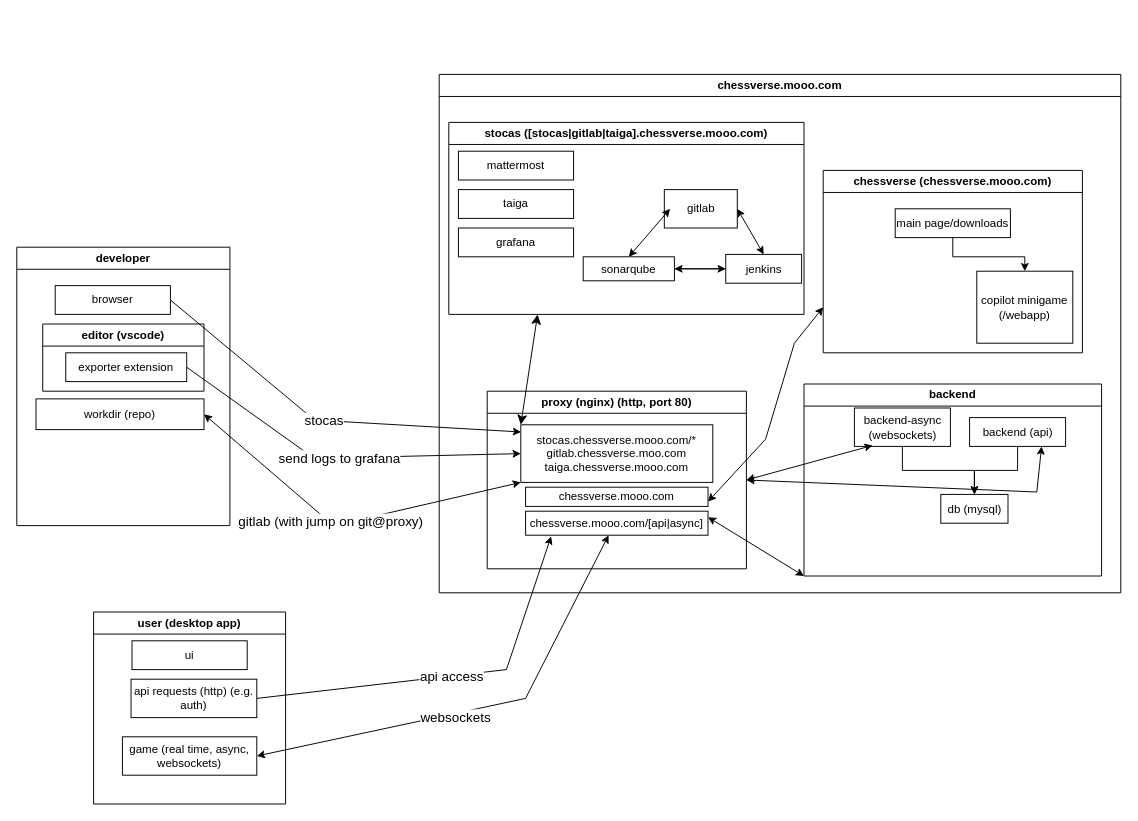
papum20/unibo__projects__ChessVerse keeps this draw.io diagram as doc/infrastructure.drawio. Above is the earlier version. Source tidied: cells renumbered, new cells numbered last; positions are measured from the earlier drawing's top-left corner, leaving out a move shared by most shapes. Both pictures are drawn from the tidied source at 96%, with x=0, y=0 at pixel (16, 74).
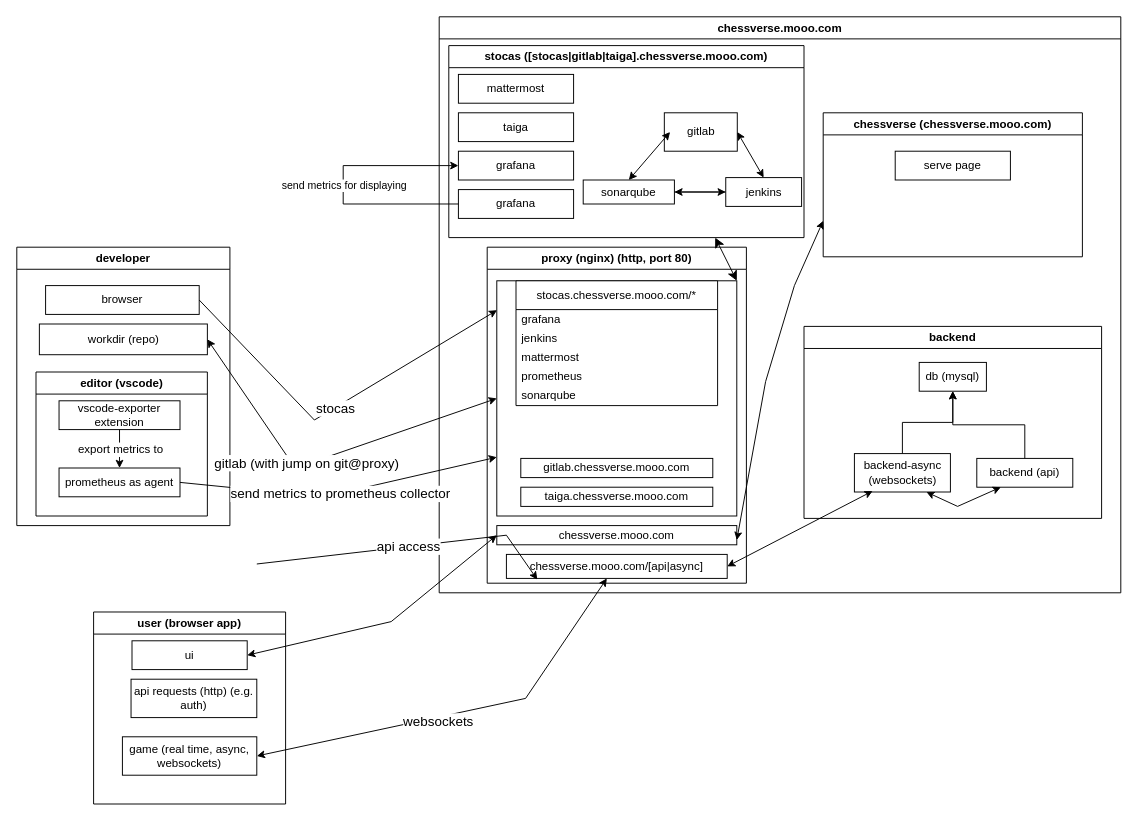
Above is the later version.

The change refers to these unchanged cells:
```xml
<mxCell id="17" value="grafana" style="rounded=0;whiteSpace=wrap;html=1;" parent="7" vertex="1">
  <mxGeometry x="10" y="110" width="120" height="30" as="geometry" />
</mxCell>
<mxCell id="22" value="backend" style="swimlane;whiteSpace=wrap;html=1;" parent="2" vertex="1">
  <mxGeometry x="380" y="322.5" width="310" height="200" as="geometry" />
</mxCell>
<mxCell id="33" value="developer" style="swimlane;whiteSpace=wrap;html=1;" parent="1" vertex="1">
  <mxGeometry y="180" width="222" height="290" as="geometry" />
</mxCell>
<mxCell id="45" value="ui" style="rounded=0;whiteSpace=wrap;html=1;" parent="44" vertex="1">
  <mxGeometry x="40" y="30" width="120" height="30" as="geometry" />
</mxCell>
<mxCell id="46" value="api requests (http) (e.g. auth)" style="rounded=0;whiteSpace=wrap;html=1;" parent="44" vertex="1">
  <mxGeometry x="39" y="70" width="131" height="40" as="geometry" />
</mxCell>
```

Change to the diagram source:
```diff
@@
     <mxCell id="2" value="chessverse.mooo.com" style="swimlane;whiteSpace=wrap;html=1;" parent="1" vertex="1">
-      <mxGeometry x="440" width="710" height="540" as="geometry" />
+      <mxGeometry x="440" y="-60" width="710" height="600" as="geometry" />
     </mxCell>
     <mxCell id="3" value="proxy (nginx) (http, port 80)" style="swimlane;whiteSpace=wrap;html=1;" parent="2" vertex="1">
-      <mxGeometry x="50" y="330" width="270" height="185" as="geometry" />
+      <mxGeometry x="50" y="240" width="270" height="350" as="geometry" />
     </mxCell>
-    <mxCell id="4" value="stocas.chessverse.mooo.com/*&lt;br style=&quot;border-color: var(--border-color);&quot;&gt;gitlab.chessverse.moo.com&lt;br style=&quot;border-color: var(--border-color);&quot;&gt;taiga.chessverse.mooo.com" style="rounded=0;whiteSpace=wrap;html=1;" parent="3" vertex="1">
-      <mxGeometry x="35" y="35" width="200" height="60" as="geometry" />
+    <mxCell id="4" style="rounded=0;whiteSpace=wrap;html=1;" parent="3" vertex="1">
+      <mxGeometry x="10" y="35" width="250" height="245" as="geometry" />
     </mxCell>
     <mxCell id="5" value="chessverse.mooo.com" style="rounded=0;whiteSpace=wrap;html=1;" parent="3" vertex="1">
-      <mxGeometry x="40" y="100" width="190" height="20" as="geometry" />
+      <mxGeometry x="10" y="290" width="250" height="20" as="geometry" />
     </mxCell>
     <mxCell id="6" value="chessverse.mooo.com/[api|async]" style="rounded=0;whiteSpace=wrap;html=1;" parent="3" vertex="1">
-      <mxGeometry x="40" y="125" width="190" height="25" as="geometry" />
+      <mxGeometry x="20" y="320" width="230" height="25" as="geometry" />
     </mxCell>
+    <mxCell id="48" style="endArrow=classic;html=1;rounded=0;exitX=1;exitY=0.5;exitDx=0;exitDy=0;entryX=0.14;entryY=1.05;entryDx=0;entryDy=0;entryPerimeter=0;" parent="3" edge="1" target="6">
+      <mxGeometry relative="1" as="geometry">
+        <mxPoint x="-240" y="330" as="sourcePoint" />
+        <Array as="points">
+          <mxPoint x="20" y="300" />
+        </Array>
+      </mxGeometry>
+    </mxCell>
+    <mxCell id="49" value="&lt;font style=&quot;font-size: 14px;&quot;&gt;api access&lt;/font&gt;" style="edgeLabel;html=1;align=center;verticalAlign=middle;" parent="48" vertex="1">
+      <mxGeometry relative="1" as="geometry" />
+    </mxCell>
+    <mxCell id="52" value="taiga.chessverse.mooo.com" style="rounded=0;whiteSpace=wrap;html=1;" parent="3" vertex="1">
+      <mxGeometry x="35" y="250" width="200" height="20" as="geometry" />
+    </mxCell>
+    <mxCell id="53" value="gitlab.chessverse.mooo.com" style="rounded=0;whiteSpace=wrap;html=1;" parent="3" vertex="1">
+      <mxGeometry x="35" y="220" width="200" height="20" as="geometry" />
+    </mxCell>
+    <mxCell id="54" value="stocas.chessverse.mooo.com/*" style="swimlane;fontStyle=0;horizontal=1;startSize=30;whiteSpace=wrap;html=1;" parent="3" vertex="1">
+      <mxGeometry x="30" y="35" width="210" height="130" as="geometry" />
+    </mxCell>
+    <mxCell id="55" value="grafana" style="text;strokeColor=none;fillColor=none;align=left;verticalAlign=middle;spacingLeft=4;spacingRight=4;overflow=hidden;whiteSpace=wrap;html=1;" parent="54" vertex="1">
+      <mxGeometry y="30" width="210" height="20" as="geometry" />
+    </mxCell>
+    <mxCell id="56" value="jenkins" style="text;strokeColor=none;fillColor=none;align=left;verticalAlign=middle;spacingLeft=4;spacingRight=4;overflow=hidden;whiteSpace=wrap;html=1;" parent="54" vertex="1">
+      <mxGeometry y="50" width="210" height="20" as="geometry" />
+    </mxCell>
+    <mxCell id="57" value="mattermost" style="text;strokeColor=none;fillColor=none;align=left;verticalAlign=middle;spacingLeft=4;spacingRight=4;overflow=hidden;whiteSpace=wrap;html=1;" parent="54" vertex="1">
+      <mxGeometry y="70" width="210" height="20" as="geometry" />
+    </mxCell>
+    <mxCell id="58" value="prometheus" style="text;strokeColor=none;fillColor=none;align=left;verticalAlign=middle;spacingLeft=4;spacingRight=4;overflow=hidden;whiteSpace=wrap;html=1;" parent="54" vertex="1">
+      <mxGeometry y="90" width="210" height="20" as="geometry" />
+    </mxCell>
+    <mxCell id="59" value="sonarqube" style="text;strokeColor=none;fillColor=none;align=left;verticalAlign=middle;spacingLeft=4;spacingRight=4;overflow=hidden;whiteSpace=wrap;html=1;" parent="54" vertex="1">
+      <mxGeometry y="110" width="210" height="20" as="geometry" />
+    </mxCell>
     <mxCell id="7" value="stocas ([stocas|gitlab|taiga].chessverse.mooo.com)" style="swimlane;whiteSpace=wrap;html=1;" parent="2" vertex="1">
-      <mxGeometry x="10" y="50" width="370" height="200" as="geometry" />
+      <mxGeometry x="10" y="30" width="370" height="200" as="geometry" />
     </mxCell>
@@
+    <mxCell id="60" value="grafana" style="rounded=0;whiteSpace=wrap;html=1;" parent="7" vertex="1">
+      <mxGeometry x="10" y="150" width="120" height="30" as="geometry" />
+    </mxCell>
+    <mxCell id="61" style="endArrow=classic;html=1;rounded=0;exitX=0;exitY=0.5;exitDx=0;exitDy=0;entryX=0;entryY=0.5;entryDx=0;entryDy=0;" parent="7" edge="1" source="60" target="17">
+      <mxGeometry relative="1" as="geometry">
+        <Array as="points">
+          <mxPoint x="-110" y="165" />
+          <mxPoint x="-110" y="125" />
+        </Array>
+      </mxGeometry>
+    </mxCell>
+    <mxCell id="62" value="send metrics for displaying" style="edgeLabel;html=1;align=center;verticalAlign=middle;" parent="61" vertex="1">
+      <mxGeometry relative="1" as="geometry" />
+    </mxCell>
     <mxCell id="18" value="chessverse (chessverse.mooo.com)" style="swimlane;whiteSpace=wrap;html=1;startSize=23;" parent="2" vertex="1">
-      <mxGeometry x="400" y="100" width="270" height="190" as="geometry" />
+      <mxGeometry x="400" y="100" width="270" height="150" as="geometry" />
     </mxCell>
-    <mxCell id="19" style="edgeStyle=orthogonalEdgeStyle;rounded=0;jettySize=auto;html=1;entryX=0.5;entryY=0;entryDx=0;entryDy=0;" parent="18" edge="1" source="20" target="21">
-      <mxGeometry relative="1" as="geometry" />
-    </mxCell>
-    <mxCell id="20" value="main page/downloads" style="rounded=0;whiteSpace=wrap;html=1;" parent="18" vertex="1">
+    <mxCell id="20" value="serve page" style="rounded=0;whiteSpace=wrap;html=1;" parent="18" vertex="1">
       <mxGeometry x="75" y="40" width="120" height="30" as="geometry" />
     </mxCell>
-    <mxCell id="21" value="copilot minigame (/webapp)" style="rounded=0;whiteSpace=wrap;html=1;" parent="18" vertex="1">
-      <mxGeometry x="160" y="105" width="100" height="75" as="geometry" />
-    </mxCell>
@@
-    <mxCell id="23" value="backend-async (websockets)" style="rounded=0;whiteSpace=wrap;html=1;" parent="22" vertex="1">
-      <mxGeometry x="52.5" y="25" width="100" height="40" as="geometry" />
-    </mxCell>
     <mxCell id="24" value="backend (api)" style="rounded=0;whiteSpace=wrap;html=1;" parent="22" vertex="1">
-      <mxGeometry x="172.5" y="35" width="100" height="30" as="geometry" />
+      <mxGeometry x="180" y="137.5" width="100" height="30" as="geometry" />
     </mxCell>
     <mxCell id="25" value="db (mysql)" style="rounded=0;whiteSpace=wrap;html=1;" parent="22" vertex="1">
-      <mxGeometry x="142.5" y="115" width="70" height="30" as="geometry" />
+      <mxGeometry x="120" y="37.5" width="70" height="30" as="geometry" />
     </mxCell>
-    <mxCell id="26" style="edgeStyle=orthogonalEdgeStyle;rounded=0;jettySize=auto;html=1;entryX=0.5;entryY=0;entryDx=0;entryDy=0;" parent="22" edge="1" source="23" target="25">
+    <mxCell id="26" style="edgeStyle=orthogonalEdgeStyle;rounded=0;jettySize=auto;html=1;entryX=0.5;entryY=1;entryDx=0;entryDy=0;" parent="22" edge="1" source="23" target="25">
       <mxGeometry relative="1" as="geometry" />
     </mxCell>
-    <mxCell id="27" style="edgeStyle=orthogonalEdgeStyle;rounded=0;jettySize=auto;html=1;entryX=0.5;entryY=0;entryDx=0;entryDy=0;" parent="22" edge="1" source="24" target="25">
+    <mxCell id="27" style="edgeStyle=orthogonalEdgeStyle;rounded=0;jettySize=auto;html=1;entryX=0.5;entryY=1;entryDx=0;entryDy=0;" parent="22" edge="1" source="24" target="25">
       <mxGeometry relative="1" as="geometry" />
     </mxCell>
-    <mxCell id="28" style="endArrow=classic;startArrow=classic;html=1;rounded=0;entryX=0.75;entryY=1;entryDx=0;entryDy=0;exitX=1;exitY=0.5;exitDx=0;exitDy=0;" parent="2" edge="1" source="3" target="24">
+    <mxCell id="28" style="endArrow=classic;startArrow=classic;html=1;rounded=0;entryX=0.25;entryY=1;entryDx=0;entryDy=0;exitX=0.75;exitY=1;exitDx=0;exitDy=0;" parent="22" edge="1" source="23" target="24">
       <mxGeometry relative="1" as="geometry">
         <Array as="points">
-          <mxPoint x="622.5" y="435" />
+          <mxPoint x="160" y="187.5" />
         </Array>
       </mxGeometry>
     </mxCell>
+    <mxCell id="23" value="backend-async (websockets)" style="rounded=0;whiteSpace=wrap;html=1;" parent="22" vertex="1">
+      <mxGeometry x="52.5" y="132.5" width="100" height="40" as="geometry" />
+    </mxCell>
-    <mxCell id="29" style="endArrow=classic;startArrow=classic;html=1;rounded=0;entryX=0.19;entryY=0.975;entryDx=0;entryDy=0;entryPerimeter=0;exitX=1;exitY=0.5;exitDx=0;exitDy=0;" parent="2" edge="1" source="3" target="23">
+    <mxCell id="29" style="endArrow=classic;startArrow=classic;html=1;rounded=0;entryX=0.19;entryY=0.975;entryDx=0;entryDy=0;entryPerimeter=0;exitX=1;exitY=0.5;exitDx=0;exitDy=0;" parent="2" edge="1" source="6" target="23">
       <mxGeometry relative="1" as="geometry" />
     </mxCell>
-    <mxCell id="30" style="edgeStyle=none;jettySize=auto;html=1;endArrow=classic;startArrow=classic;endSize=8;startSize=8;rounded=0;entryX=0;entryY=0;entryDx=0;entryDy=0;exitX=0.25;exitY=1;exitDx=0;exitDy=0;" parent="2" edge="1" source="7" target="4">
+    <mxCell id="30" style="edgeStyle=none;jettySize=auto;html=1;endArrow=classic;startArrow=classic;endSize=8;startSize=8;rounded=0;entryX=1;entryY=0;entryDx=0;entryDy=0;exitX=0.75;exitY=1;exitDx=0;exitDy=0;" parent="2" edge="1" source="7" target="4">
       <mxGeometry relative="1" as="geometry" />
     </mxCell>
-    <mxCell id="31" style="endArrow=classic;startArrow=classic;html=1;rounded=0;exitX=1;exitY=0.25;exitDx=0;exitDy=0;entryX=0;entryY=1;entryDx=0;entryDy=0;" parent="2" edge="1" source="6" target="22">
-      <mxGeometry relative="1" as="geometry" />
-    </mxCell>
@@
     <mxCell id="34" value="browser" style="rounded=0;whiteSpace=wrap;html=1;" parent="33" vertex="1">
-      <mxGeometry x="40" y="40" width="120" height="30" as="geometry" />
+      <mxGeometry x="30" y="40" width="160" height="30" as="geometry" />
     </mxCell>
     <mxCell id="35" value="editor (vscode)" style="swimlane;whiteSpace=wrap;html=1;" parent="33" vertex="1">
-      <mxGeometry x="27" y="80" width="168" height="70" as="geometry" />
+      <mxGeometry x="20" y="130" width="178.5" height="150" as="geometry" />
     </mxCell>
-    <mxCell id="36" value="exporter extension" style="rounded=0;whiteSpace=wrap;html=1;" parent="35" vertex="1">
+    <mxCell id="36" value="vscode-exporter extension" style="rounded=0;whiteSpace=wrap;html=1;" parent="35" vertex="1">
       <mxGeometry x="24" y="30" width="126" height="30" as="geometry" />
     </mxCell>
+    <mxCell id="63" value="prometheus as agent" style="rounded=0;whiteSpace=wrap;html=1;" parent="35" vertex="1">
+      <mxGeometry x="24" y="100" width="126" height="30" as="geometry" />
+    </mxCell>
+    <mxCell id="64" style="endArrow=classic;html=1;rounded=0;exitX=0.5;exitY=1;exitDx=0;exitDy=0;entryX=0.5;entryY=0;entryDx=0;entryDy=0;" parent="35" edge="1" source="36" target="63">
+      <mxGeometry relative="1" as="geometry" />
+    </mxCell>
+    <mxCell id="65" value="&lt;font style=&quot;font-size: 12px;&quot;&gt;export metrics to&lt;/font&gt;" style="edgeLabel;html=1;align=center;verticalAlign=middle;" parent="64" vertex="1">
+      <mxGeometry relative="1" as="geometry" />
+    </mxCell>
     <mxCell id="37" value="workdir (repo)" style="rounded=0;whiteSpace=wrap;html=1;" parent="33" vertex="1">
-      <mxGeometry x="20" y="158" width="175" height="32" as="geometry" />
+      <mxGeometry x="23.5" y="80" width="175" height="32" as="geometry" />
     </mxCell>
@@
-    <mxCell id="40" style="endArrow=classic;html=1;rounded=0;entryX=0;entryY=0.5;entryDx=0;entryDy=0;exitX=1;exitY=0.5;exitDx=0;exitDy=0;" parent="1" edge="1" source="36" target="4">
+    <mxCell id="40" style="endArrow=classic;html=1;rounded=0;entryX=0;entryY=0.75;entryDx=0;entryDy=0;exitX=1;exitY=0.5;exitDx=0;exitDy=0;" parent="1" edge="1" source="63" target="4">
       <mxGeometry relative="1" as="geometry">
         <Array as="points">
-          <mxPoint x="310" y="400" />
+          <mxPoint x="320" y="440" />
         </Array>
       </mxGeometry>
     </mxCell>
-    <mxCell id="41" value="&lt;font style=&quot;font-size: 14px;&quot;&gt;send logs to grafana&lt;br&gt;&lt;/font&gt;" style="edgeLabel;html=1;align=center;verticalAlign=middle;" parent="40" vertex="1">
+    <mxCell id="41" value="&lt;font style=&quot;font-size: 14px;&quot;&gt;send metrics to prometheus collector&lt;br&gt;&lt;/font&gt;" style="edgeLabel;html=1;align=center;verticalAlign=middle;" parent="40" vertex="1">
       <mxGeometry relative="1" as="geometry" />
     </mxCell>
-    <mxCell id="42" style="endArrow=classic;startArrow=classic;html=1;rounded=0;exitX=1;exitY=0.5;exitDx=0;exitDy=0;entryX=0;entryY=1;entryDx=0;entryDy=0;" parent="1" edge="1" source="37" target="4">
+    <mxCell id="42" style="endArrow=classic;startArrow=classic;html=1;rounded=0;exitX=1;exitY=0.5;exitDx=0;exitDy=0;entryX=0;entryY=0.5;entryDx=0;entryDy=0;" parent="1" edge="1" source="37" target="4">
       <mxGeometry relative="1" as="geometry">
         <Array as="points">
-          <mxPoint x="330" y="470" />
+          <mxPoint x="290" y="410" />
         </Array>
       </mxGeometry>
     </mxCell>
@@
-    <mxCell id="44" value="user (desktop app)" style="swimlane;whiteSpace=wrap;html=1;" parent="1" vertex="1">
+    <mxCell id="44" value="user (browser app)" style="swimlane;whiteSpace=wrap;html=1;" parent="1" vertex="1">
       <mxGeometry x="80" y="560" width="200" height="200" as="geometry" />
     </mxCell>
@@
-    <mxCell id="48" style="endArrow=classic;html=1;rounded=0;exitX=1;exitY=0.5;exitDx=0;exitDy=0;entryX=0.14;entryY=1.05;entryDx=0;entryDy=0;entryPerimeter=0;" parent="1" edge="1" source="46" target="6">
-      <mxGeometry relative="1" as="geometry">
-        <Array as="points">
-          <mxPoint x="510" y="620" />
-        </Array>
-      </mxGeometry>
-    </mxCell>
-    <mxCell id="49" value="&lt;font style=&quot;font-size: 14px;&quot;&gt;api access&lt;/font&gt;" style="edgeLabel;html=1;align=center;verticalAlign=middle;" parent="48" vertex="1">
-      <mxGeometry relative="1" as="geometry" />
-    </mxCell>
@@
+    <mxCell id="66" style="endArrow=classic;startArrow=classic;html=1;rounded=0;entryX=0;entryY=0.5;entryDx=0;entryDy=0;exitX=1;exitY=0.5;exitDx=0;exitDy=0;" parent="1" edge="1" source="45" target="5">
+      <mxGeometry relative="1" as="geometry">
+        <Array as="points">
+          <mxPoint x="390" y="570" />
+        </Array>
+      </mxGeometry>
+    </mxCell>
```
